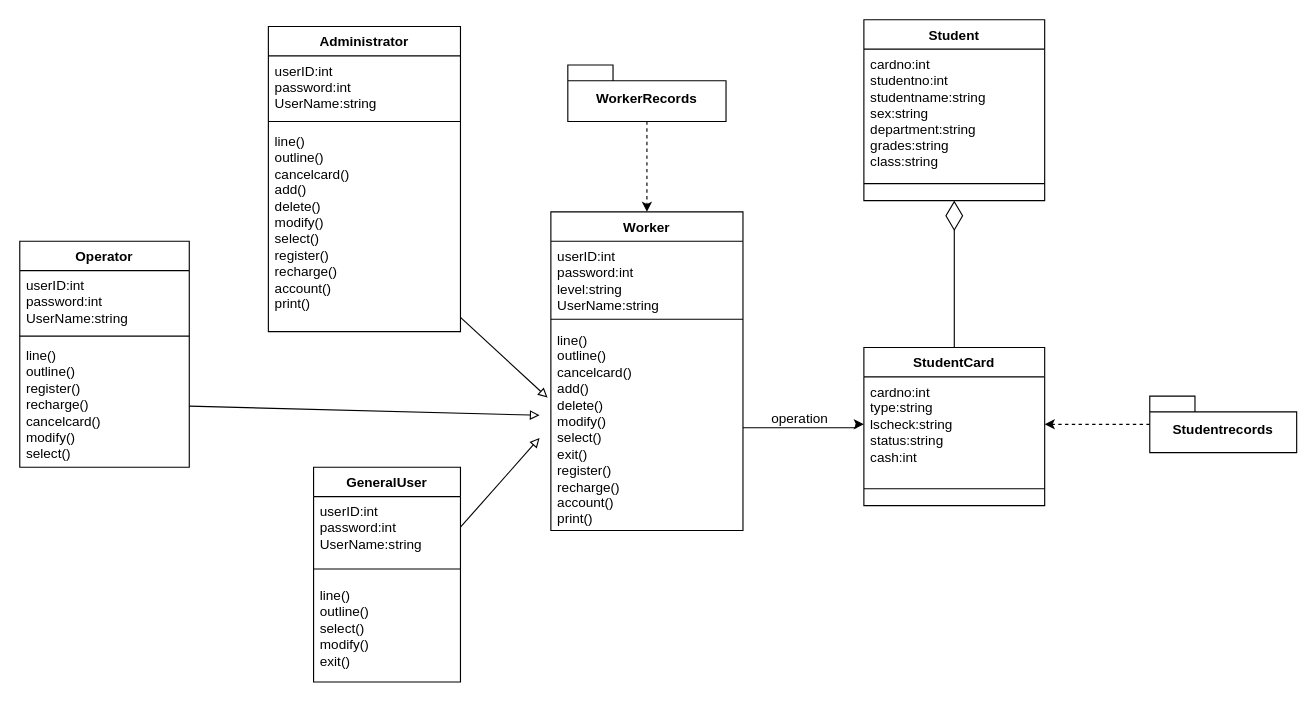
The draw.io diagram 8.2.drawio in 11024117/SEM, before the edit. Source tidied: cells renumbered, new cells numbered last; positions are measured from the earlier drawing's top-left corner, leaving out a move shared by most shapes. Both pictures are drawn from the tidied source at 113%, with x=0, y=0 at pixel (19, 19).
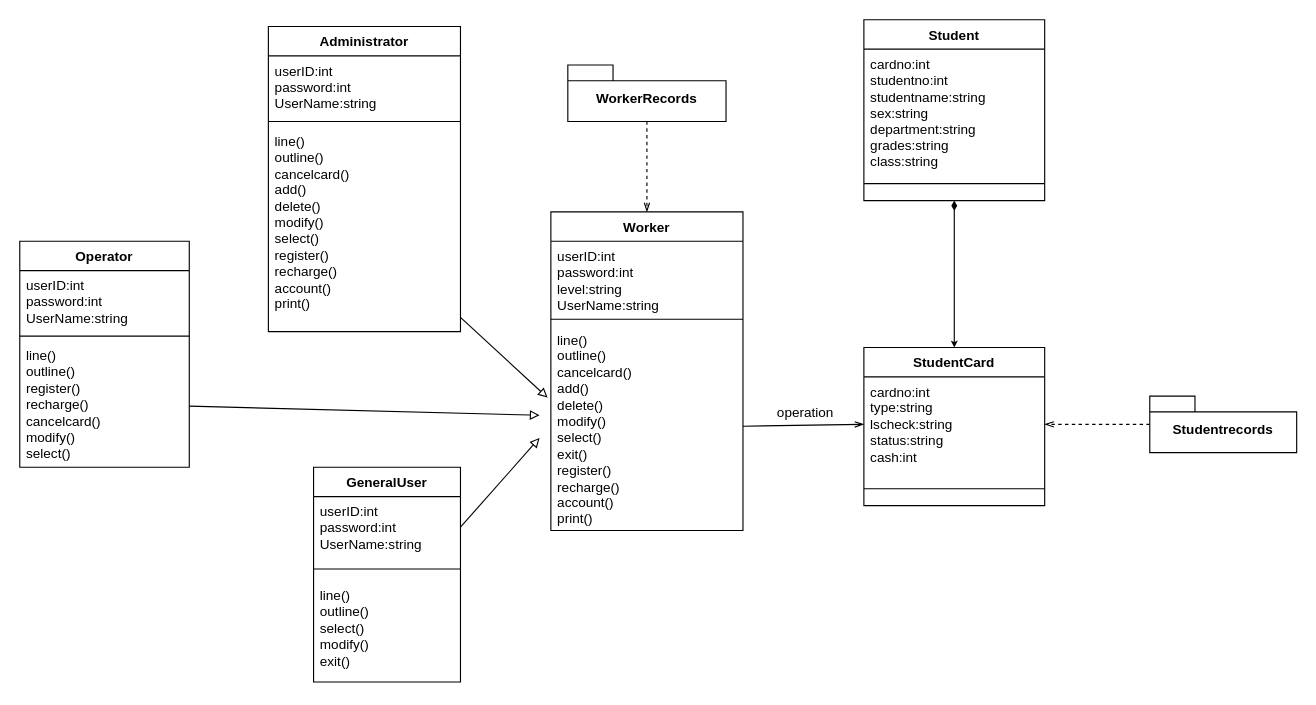
The same page after the edit.

The change refers to these unchanged cells:
```xml
<mxCell id="16" value="WorkerRecords" style="shape=folder;fontStyle=1;spacingTop=10;tabWidth=40;tabHeight=14;tabPosition=left;html=1;whiteSpace=wrap;" parent="1" vertex="1">
  <mxGeometry x="485" y="40" width="140" height="50" as="geometry" />
</mxCell>
<mxCell id="17" value="StudentCard" style="swimlane;fontStyle=1;align=center;verticalAlign=top;horizontal=1;startSize=26;whiteSpace=wrap;html=1;" parent="1" vertex="1">
  <mxGeometry x="747" y="290" width="160" height="140" as="geometry" />
</mxCell>
<mxCell id="18" value="cardno:int&lt;br&gt;type:string&lt;br&gt;lscheck:string&lt;br&gt;status:string&lt;br&gt;cash:int" style="text;strokeColor=none;fillColor=none;align=left;verticalAlign=top;spacingLeft=4;spacingRight=4;overflow=hidden;points=[[0,0.5],[1,0.5]];portConstraint=eastwest;whiteSpace=wrap;html=1;" parent="17" vertex="1">
  <mxGeometry y="26" width="160" height="84" as="geometry" />
</mxCell>
<mxCell id="21" value="Studentrecords" style="shape=folder;fontStyle=1;spacingTop=10;tabWidth=40;tabHeight=14;tabPosition=left;html=1;whiteSpace=wrap;" parent="1" vertex="1">
  <mxGeometry x="1000" y="333" width="130" height="50" as="geometry" />
</mxCell>
<mxCell id="22" value="Worker" style="swimlane;fontStyle=1;align=center;verticalAlign=top;horizontal=1;startSize=26;whiteSpace=wrap;html=1;" parent="1" vertex="1">
  <mxGeometry x="470" y="170" width="170" height="282" as="geometry" />
</mxCell>
<mxCell id="25" value="line()&lt;br style=&quot;border-color: var(--border-color);&quot;&gt;outline()&lt;br style=&quot;border-color: var(--border-color);&quot;&gt;cancelcard()&lt;br style=&quot;border-color: var(--border-color);&quot;&gt;add()&lt;br&gt;delete()&lt;br&gt;modify()&lt;br style=&quot;border-color: var(--border-color);&quot;&gt;select()&lt;br&gt;exit()&lt;br&gt;register()&lt;br style=&quot;border-color: var(--border-color);&quot;&gt;recharge()&lt;br&gt;account()&lt;br&gt;print()" style="text;strokeColor=none;fillColor=none;align=left;verticalAlign=top;spacingLeft=4;spacingRight=4;overflow=hidden;points=[[0,0.5],[1,0.5]];portConstraint=eastwest;whiteSpace=wrap;html=1;" parent="22" vertex="1">
  <mxGeometry y="100" width="170" height="182" as="geometry" />
</mxCell>
<mxCell id="26" value="Student" style="swimlane;fontStyle=1;align=center;verticalAlign=top;horizontal=1;startSize=26;whiteSpace=wrap;html=1;" parent="1" vertex="1">
  <mxGeometry x="747" width="160" height="160" as="geometry" />
</mxCell>
```

Diff of the diagram source:
```diff
@@
-    <mxCell id="15" style="edgeStyle=orthogonalEdgeStyle;rounded=0;jettySize=auto;html=1;entryX=0.5;entryY=0;entryDx=0;entryDy=0;dashed=1;" parent="1" edge="1" source="16" target="22">
+    <mxCell id="15" style="edgeStyle=orthogonalEdgeStyle;rounded=0;jettySize=auto;html=1;entryX=0.5;entryY=0;entryDx=0;entryDy=0;dashed=1;endArrow=openThin;endFill=0;" parent="1" edge="1" source="16" target="22">
       <mxGeometry relative="1" as="geometry" />
     </mxCell>
@@
-    <mxCell id="20" style="edgeStyle=orthogonalEdgeStyle;rounded=0;jettySize=auto;html=1;entryX=1;entryY=0.5;entryDx=0;entryDy=0;dashed=1;" parent="1" edge="1" source="21" target="18">
+    <mxCell id="20" style="edgeStyle=orthogonalEdgeStyle;rounded=0;jettySize=auto;html=1;entryX=1;entryY=0.5;entryDx=0;entryDy=0;dashed=1;endArrow=openThin;endFill=0;" parent="1" edge="1" source="21" target="18">
       <mxGeometry relative="1" as="geometry" />
     </mxCell>
@@
-    <mxCell id="29" style="endArrow=diamondThin;endFill=0;endSize=24;html=1;rounded=0;exitX=0.5;exitY=0;exitDx=0;exitDy=0;entryX=0.5;entryY=1;entryDx=0;entryDy=0;" parent="1" edge="1" source="17" target="26">
-      <mxGeometry relative="1" as="geometry" />
-    </mxCell>
-    <mxCell id="30" style="edgeStyle=orthogonalEdgeStyle;rounded=0;jettySize=auto;html=1;entryX=0;entryY=0.5;entryDx=0;entryDy=0;" parent="1" edge="1" source="25" target="18">
-      <mxGeometry relative="1" as="geometry">
-        <Array as="points">
-          <mxPoint x="740" y="361" />
-        </Array>
-      </mxGeometry>
+    <mxCell id="30" style="rounded=0;jettySize=auto;html=1;entryX=0;entryY=0.5;entryDx=0;entryDy=0;endArrow=openThin;endFill=0;" parent="1" edge="1" source="25" target="18">
+      <mxGeometry relative="1" as="geometry" />
     </mxCell>
     <mxCell id="31" value="operation" style="text;html=1;align=center;verticalAlign=middle;strokeColor=none;fillColor=none;" parent="1" vertex="1">
-      <mxGeometry x="655" y="338" width="70" height="30" as="geometry" />
+      <mxGeometry x="660" y="333" width="70" height="30" as="geometry" />
     </mxCell>
@@
+    <mxCell id="34" style="endArrow=classic;html=1;rounded=0;startArrow=diamondThin;startFill=1;exitX=0.5;exitY=1;exitDx=0;exitDy=0;entryX=0.5;entryY=0;entryDx=0;entryDy=0;strokeWidth=1;targetPerimeterSpacing=6;endSize=3;sourcePerimeterSpacing=7;" parent="1" edge="1" source="26" target="17">
+      <mxGeometry relative="1" as="geometry" />
+    </mxCell>
```
